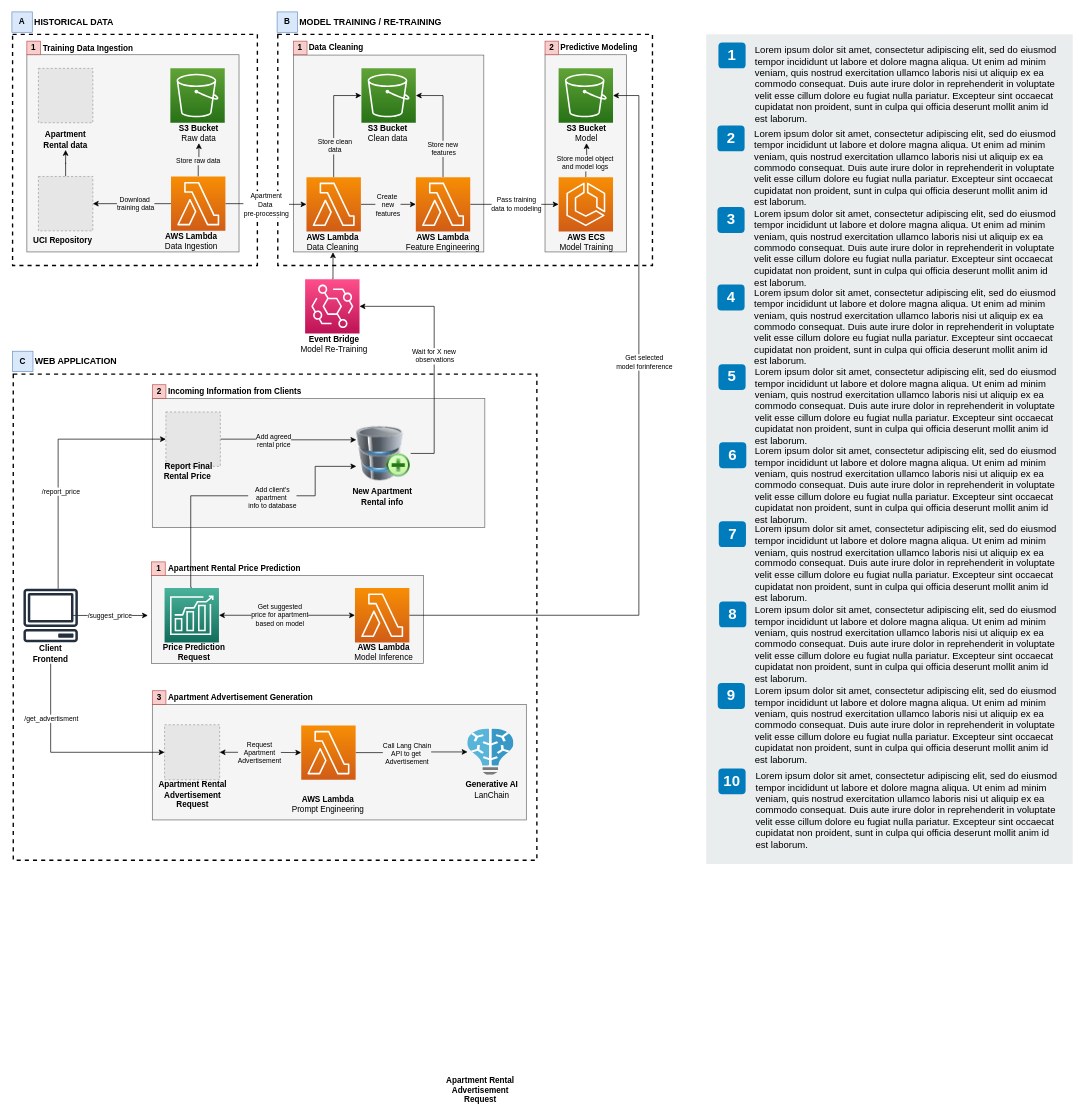
The draw.io diagram Rental_price_predictor.drawio in hyeniii/AWS-MLops, before the edit. Source tidied: cells renumbered, new cells numbered last; positions are measured from the earlier drawing's top-left corner, leaving out a move shared by most shapes. Both pictures are drawn from the tidied source at 68%, with x=0, y=0 at pixel (12, 12). Pictures stored in the file or linked from it are replaced by grey dashed boxes.
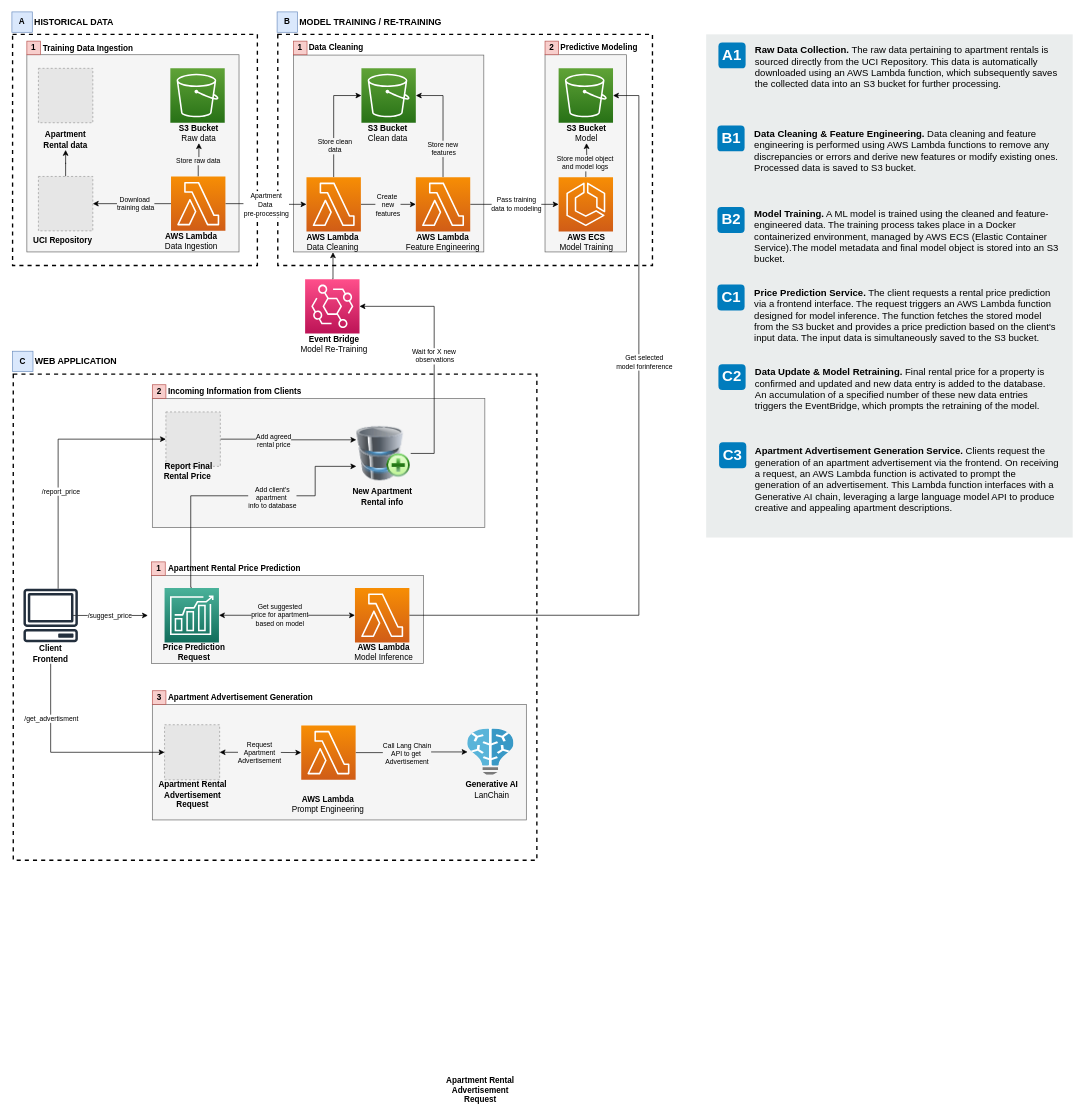
The same page after the edit.

Change to the diagram source:
```diff
@@
     <mxCell id="88" style="rounded=0;whiteSpace=wrap;html=1;fillColor=#EAEDED;fontSize=22;fontColor=#FFFFFF;strokeColor=none;labelBackgroundColor=none;" parent="1" vertex="1">
-      <mxGeometry x="1021" y="33" width="539" height="1220" as="geometry" />
+      <mxGeometry x="1021" y="33" width="539" height="740" as="geometry" />
     </mxCell>
-    <mxCell id="89" value="1" style="rounded=1;whiteSpace=wrap;html=1;fillColor=#007CBD;strokeColor=none;fontColor=#FFFFFF;fontStyle=1;fontSize=22;labelBackgroundColor=none;" parent="1" vertex="1">
+    <mxCell id="89" value="A1" style="rounded=1;whiteSpace=wrap;html=1;fillColor=#007CBD;strokeColor=none;fontColor=#FFFFFF;fontStyle=1;fontSize=22;labelBackgroundColor=none;" parent="1" vertex="1">
       <mxGeometry x="1039" y="45" width="40" height="38" as="geometry" />
     </mxCell>
-    <mxCell id="90" value="2" style="rounded=1;whiteSpace=wrap;html=1;fillColor=#007CBD;strokeColor=none;fontColor=#FFFFFF;fontStyle=1;fontSize=22;labelBackgroundColor=none;" parent="1" vertex="1">
+    <mxCell id="90" value="B1" style="rounded=1;whiteSpace=wrap;html=1;fillColor=#007CBD;strokeColor=none;fontColor=#FFFFFF;fontStyle=1;fontSize=22;labelBackgroundColor=none;" parent="1" vertex="1">
       <mxGeometry x="1037.5" y="167" width="40" height="38" as="geometry" />
     </mxCell>
-    <mxCell id="91" value="3" style="rounded=1;whiteSpace=wrap;html=1;fillColor=#007CBD;strokeColor=none;fontColor=#FFFFFF;fontStyle=1;fontSize=22;labelBackgroundColor=none;" parent="1" vertex="1">
+    <mxCell id="91" value="B2" style="rounded=1;whiteSpace=wrap;html=1;fillColor=#007CBD;strokeColor=none;fontColor=#FFFFFF;fontStyle=1;fontSize=22;labelBackgroundColor=none;" parent="1" vertex="1">
       <mxGeometry x="1037.5" y="287" width="40" height="38" as="geometry" />
     </mxCell>
-    <mxCell id="92" value="4" style="rounded=1;whiteSpace=wrap;html=1;fillColor=#007CBD;strokeColor=none;fontColor=#FFFFFF;fontStyle=1;fontSize=22;labelBackgroundColor=none;" parent="1" vertex="1">
+    <mxCell id="92" value="C1" style="rounded=1;whiteSpace=wrap;html=1;fillColor=#007CBD;strokeColor=none;fontColor=#FFFFFF;fontStyle=1;fontSize=22;labelBackgroundColor=none;" parent="1" vertex="1">
       <mxGeometry x="1037.5" y="401" width="40" height="38" as="geometry" />
     </mxCell>
-    <mxCell id="93" value="5" style="rounded=1;whiteSpace=wrap;html=1;fillColor=#007CBD;strokeColor=none;fontColor=#FFFFFF;fontStyle=1;fontSize=22;labelBackgroundColor=none;" parent="1" vertex="1">
+    <mxCell id="93" value="C2" style="rounded=1;whiteSpace=wrap;html=1;fillColor=#007CBD;strokeColor=none;fontColor=#FFFFFF;fontStyle=1;fontSize=22;labelBackgroundColor=none;" parent="1" vertex="1">
       <mxGeometry x="1039" y="518" width="40" height="38" as="geometry" />
     </mxCell>
-    <mxCell id="94" value="6" style="rounded=1;whiteSpace=wrap;html=1;fillColor=#007CBD;strokeColor=none;fontColor=#FFFFFF;fontStyle=1;fontSize=22;labelBackgroundColor=none;" parent="1" vertex="1">
+    <mxCell id="94" value="C3" style="rounded=1;whiteSpace=wrap;html=1;fillColor=#007CBD;strokeColor=none;fontColor=#FFFFFF;fontStyle=1;fontSize=22;labelBackgroundColor=none;" parent="1" vertex="1">
       <mxGeometry x="1040" y="633" width="40" height="38" as="geometry" />
     </mxCell>
-    <mxCell id="95" value="7" style="rounded=1;whiteSpace=wrap;html=1;fillColor=#007CBD;strokeColor=none;fontColor=#FFFFFF;fontStyle=1;fontSize=22;labelBackgroundColor=none;" parent="1" vertex="1">
-      <mxGeometry x="1039.5" y="749" width="40" height="38" as="geometry" />
-    </mxCell>
-    <mxCell id="96" value="8" style="rounded=1;whiteSpace=wrap;html=1;fillColor=#007CBD;strokeColor=none;fontColor=#FFFFFF;fontStyle=1;fontSize=22;labelBackgroundColor=none;" parent="1" vertex="1">
-      <mxGeometry x="1040" y="867" width="40" height="38" as="geometry" />
-    </mxCell>
-    <mxCell id="97" value="9" style="rounded=1;whiteSpace=wrap;html=1;fillColor=#007CBD;strokeColor=none;fontColor=#FFFFFF;fontStyle=1;fontSize=22;labelBackgroundColor=none;" parent="1" vertex="1">
-      <mxGeometry x="1038" y="987" width="40" height="38" as="geometry" />
-    </mxCell>
-    <mxCell id="98" value="&lt;span&gt;Lorem ipsum dolor sit amet, consectetur adipiscing elit, sed do eiusmod tempor incididunt ut labore et dolore magna aliqua. Ut enim ad minim veniam, quis nostrud exercitation ullamco laboris nisi ut aliquip ex ea commodo consequat. Duis aute irure dolor in reprehenderit in voluptate velit esse cillum dolore eu fugiat nulla pariatur. Excepteur sint occaecat cupidatat non proident, sunt in culpa qui officia deserunt mollit anim id est laborum.&lt;/span&gt;&lt;br&gt;" style="text;html=1;align=left;verticalAlign=top;spacingTop=-4;fontSize=14;labelBackgroundColor=none;whiteSpace=wrap;" parent="1" vertex="1">
+    <mxCell id="98" value="&lt;b&gt;Raw Data Collection.&lt;/b&gt; The raw data pertaining to apartment rentals is sourced directly from the UCI Repository. This data is automatically downloaded using an AWS Lambda function, which subsequently saves the collected data into an S3 bucket for further processing." style="text;html=1;align=left;verticalAlign=top;spacingTop=-4;fontSize=14;labelBackgroundColor=none;whiteSpace=wrap;" parent="1" vertex="1">
       <mxGeometry x="1090.5" y="44.5" width="449" height="118" as="geometry" />
     </mxCell>
-    <mxCell id="99" value="&lt;span&gt;Lorem ipsum dolor sit amet, consectetur adipiscing elit, sed do eiusmod tempor incididunt ut labore et dolore magna aliqua. Ut enim ad minim veniam, quis nostrud exercitation ullamco laboris nisi ut aliquip ex ea commodo consequat. Duis aute irure dolor in reprehenderit in voluptate velit esse cillum dolore eu fugiat nulla pariatur. Excepteur sint occaecat cupidatat non proident, sunt in culpa qui officia deserunt mollit anim id est laborum.&lt;/span&gt;&lt;br&gt;" style="text;html=1;align=left;verticalAlign=top;spacingTop=-4;fontSize=14;labelBackgroundColor=none;whiteSpace=wrap;" parent="1" vertex="1">
+    <mxCell id="99" value="&lt;b&gt;Data Cleaning &amp;amp; Feature Engineering.&lt;/b&gt;&amp;nbsp;Data cleaning and feature engineering is performed using AWS Lambda functions to remove any discrepancies or errors and derive new features or modify existing ones. Processed data is saved to S3 bucket." style="text;html=1;align=left;verticalAlign=top;spacingTop=-4;fontSize=14;labelBackgroundColor=none;whiteSpace=wrap;" parent="1" vertex="1">
       <mxGeometry x="1089.5" y="167.5" width="450" height="115" as="geometry" />
     </mxCell>
-    <mxCell id="100" value="&lt;span&gt;Lorem ipsum dolor sit amet, consectetur adipiscing elit, sed do eiusmod tempor incididunt ut labore et dolore magna aliqua. Ut enim ad minim veniam, quis nostrud exercitation ullamco laboris nisi ut aliquip ex ea commodo consequat. Duis aute irure dolor in reprehenderit in voluptate velit esse cillum dolore eu fugiat nulla pariatur. Excepteur sint occaecat cupidatat non proident, sunt in culpa qui officia deserunt mollit anim id est laborum.&lt;/span&gt;&lt;br&gt;" style="text;html=1;align=left;verticalAlign=top;spacingTop=-4;fontSize=14;labelBackgroundColor=none;whiteSpace=wrap;" parent="1" vertex="1">
+    <mxCell id="100" value="&lt;b&gt;Model Training.&lt;/b&gt; A ML model is trained using the cleaned and feature-engineered data. The training process takes place in a Docker containerized environment, managed by AWS ECS (Elastic Container Service).The model metadata and final model object is stored into an S3 bucket." style="text;html=1;align=left;verticalAlign=top;spacingTop=-4;fontSize=14;labelBackgroundColor=none;whiteSpace=wrap;" parent="1" vertex="1">
       <mxGeometry x="1089.5" y="285.5" width="450" height="117" as="geometry" />
     </mxCell>
-    <mxCell id="101" value="&lt;span&gt;Lorem ipsum dolor sit amet, consectetur adipiscing elit, sed do eiusmod tempor incididunt ut labore et dolore magna aliqua. Ut enim ad minim veniam, quis nostrud exercitation ullamco laboris nisi ut aliquip ex ea commodo consequat. Duis aute irure dolor in reprehenderit in voluptate velit esse cillum dolore eu fugiat nulla pariatur. Excepteur sint occaecat cupidatat non proident, sunt in culpa qui officia deserunt mollit anim id est laborum.&lt;/span&gt;&lt;br&gt;" style="text;html=1;align=left;verticalAlign=top;spacingTop=-4;fontSize=14;labelBackgroundColor=none;whiteSpace=wrap;" parent="1" vertex="1">
+    <mxCell id="101" value="&lt;b&gt;Price Prediction Service.&lt;/b&gt; The client requests a rental price prediction via a frontend interface. The request triggers an AWS Lambda function designed for model inference. The function fetches the stored model from the S3 bucket and provides a price prediction based on the client's input data. The input data is simultaneously saved to the S3 bucket." style="text;html=1;align=left;verticalAlign=top;spacingTop=-4;fontSize=14;labelBackgroundColor=none;whiteSpace=wrap;" parent="1" vertex="1">
       <mxGeometry x="1089.5" y="401.5" width="450" height="121" as="geometry" />
     </mxCell>
-    <mxCell id="102" value="&lt;span&gt;Lorem ipsum dolor sit amet, consectetur adipiscing elit, sed do eiusmod tempor incididunt ut labore et dolore magna aliqua. Ut enim ad minim veniam, quis nostrud exercitation ullamco laboris nisi ut aliquip ex ea commodo consequat. Duis aute irure dolor in reprehenderit in voluptate velit esse cillum dolore eu fugiat nulla pariatur. Excepteur sint occaecat cupidatat non proident, sunt in culpa qui officia deserunt mollit anim id est laborum.&lt;/span&gt;&lt;br&gt;" style="text;html=1;align=left;verticalAlign=top;spacingTop=-4;fontSize=14;labelBackgroundColor=none;whiteSpace=wrap;" parent="1" vertex="1">
+    <mxCell id="102" value="&lt;b&gt;Data Update &amp;amp; Model Retraining.&lt;/b&gt;&amp;nbsp;Final rental price for a property is confirmed and updated and new data entry is added to the database. An accumulation of a specified number of these new data entries triggers the EventBridge, which prompts the retraining of the model." style="text;html=1;align=left;verticalAlign=top;spacingTop=-4;fontSize=14;labelBackgroundColor=none;whiteSpace=wrap;" parent="1" vertex="1">
       <mxGeometry x="1090.5" y="518.5" width="449" height="114" as="geometry" />
     </mxCell>
-    <mxCell id="103" value="&lt;span&gt;Lorem ipsum dolor sit amet, consectetur adipiscing elit, sed do eiusmod tempor incididunt ut labore et dolore magna aliqua. Ut enim ad minim veniam, quis nostrud exercitation ullamco laboris nisi ut aliquip ex ea commodo consequat. Duis aute irure dolor in reprehenderit in voluptate velit esse cillum dolore eu fugiat nulla pariatur. Excepteur sint occaecat cupidatat non proident, sunt in culpa qui officia deserunt mollit anim id est laborum.&lt;/span&gt;&lt;br&gt;" style="text;html=1;align=left;verticalAlign=top;spacingTop=-4;fontSize=14;labelBackgroundColor=none;whiteSpace=wrap;" parent="1" vertex="1">
+    <mxCell id="103" value="&lt;b&gt;Apartment Advertisement Generation Service.&lt;/b&gt; Clients request the generation of an apartment advertisement via the frontend. On receiving a request, an AWS Lambda function is activated to prompt the generation of an advertisement. This Lambda function interfaces with a Generative AI chain, leveraging a large language model API to produce creative and appealing apartment descriptions." style="text;html=1;align=left;verticalAlign=top;spacingTop=-4;fontSize=14;labelBackgroundColor=none;whiteSpace=wrap;" parent="1" vertex="1">
       <mxGeometry x="1090.5" y="634.5" width="450" height="118" as="geometry" />
     </mxCell>
-    <mxCell id="104" value="&lt;span&gt;Lorem ipsum dolor sit amet, consectetur adipiscing elit, sed do eiusmod tempor incididunt ut labore et dolore magna aliqua. Ut enim ad minim veniam, quis nostrud exercitation ullamco laboris nisi ut aliquip ex ea commodo consequat. Duis aute irure dolor in reprehenderit in voluptate velit esse cillum dolore eu fugiat nulla pariatur. Excepteur sint occaecat cupidatat non proident, sunt in culpa qui officia deserunt mollit anim id est laborum.&lt;/span&gt;&lt;br&gt;" style="text;html=1;align=left;verticalAlign=top;spacingTop=-4;fontSize=14;labelBackgroundColor=none;whiteSpace=wrap;" parent="1" vertex="1">
-      <mxGeometry x="1090.5" y="749.5" width="449" height="113" as="geometry" />
-    </mxCell>
-    <mxCell id="105" value="&lt;span&gt;Lorem ipsum dolor sit amet, consectetur adipiscing elit, sed do eiusmod tempor incididunt ut labore et dolore magna aliqua. Ut enim ad minim veniam, quis nostrud exercitation ullamco laboris nisi ut aliquip ex ea commodo consequat. Duis aute irure dolor in reprehenderit in voluptate velit esse cillum dolore eu fugiat nulla pariatur. Excepteur sint occaecat cupidatat non proident, sunt in culpa qui officia deserunt mollit anim id est laborum.&lt;/span&gt;&lt;br&gt;" style="text;html=1;align=left;verticalAlign=top;spacingTop=-4;fontSize=14;labelBackgroundColor=none;whiteSpace=wrap;" parent="1" vertex="1">
-      <mxGeometry x="1090.5" y="868.5" width="449" height="124" as="geometry" />
-    </mxCell>
-    <mxCell id="106" value="&lt;span&gt;Lorem ipsum dolor sit amet, consectetur adipiscing elit, sed do eiusmod tempor incididunt ut labore et dolore magna aliqua. Ut enim ad minim veniam, quis nostrud exercitation ullamco laboris nisi ut aliquip ex ea commodo consequat. Duis aute irure dolor in reprehenderit in voluptate velit esse cillum dolore eu fugiat nulla pariatur. Excepteur sint occaecat cupidatat non proident, sunt in culpa qui officia deserunt mollit anim id est laborum.&lt;/span&gt;&lt;br&gt;" style="text;html=1;align=left;verticalAlign=top;spacingTop=-4;fontSize=14;labelBackgroundColor=none;whiteSpace=wrap;" parent="1" vertex="1">
-      <mxGeometry x="1090.5" y="987.5" width="449" height="115" as="geometry" />
-    </mxCell>
-    <mxCell id="107" value="10" style="rounded=1;whiteSpace=wrap;html=1;fillColor=#007CBD;strokeColor=none;fontColor=#FFFFFF;fontStyle=1;fontSize=22;labelBackgroundColor=none;" parent="1" vertex="1">
-      <mxGeometry x="1039" y="1112.5" width="40" height="38" as="geometry" />
-    </mxCell>
-    <mxCell id="108" value="&lt;span&gt;Lorem ipsum dolor sit amet, consectetur adipiscing elit, sed do eiusmod tempor incididunt ut labore et dolore magna aliqua. Ut enim ad minim veniam, quis nostrud exercitation ullamco laboris nisi ut aliquip ex ea commodo consequat. Duis aute irure dolor in reprehenderit in voluptate velit esse cillum dolore eu fugiat nulla pariatur. Excepteur sint occaecat cupidatat non proident, sunt in culpa qui officia deserunt mollit anim id est laborum.&lt;/span&gt;&lt;br&gt;" style="text;html=1;align=left;verticalAlign=top;spacingTop=-4;fontSize=14;labelBackgroundColor=none;whiteSpace=wrap;" parent="1" vertex="1">
-      <mxGeometry x="1091.5" y="1113" width="449" height="115" as="geometry" />
-    </mxCell>
```
